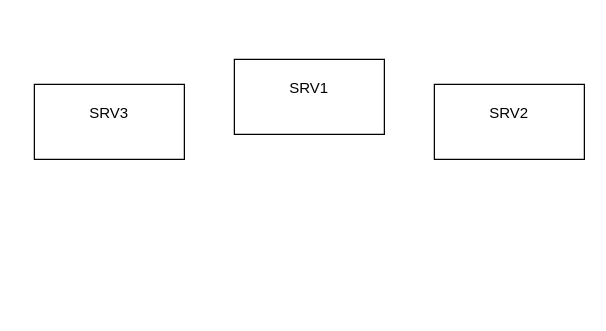
azzeddineslimani/Azzeddineslimani keeps this draw.io diagram as Architecture_XCP-NG_LAB.drawio. Above is the earlier version. Source tidied: cells renumbered, new cells numbered last; positions are measured from the earlier drawing's top-left corner, leaving out a move shared by most shapes. Both pictures are drawn from the tidied source at 125%, with x=0, y=0 at pixel (34, 59).
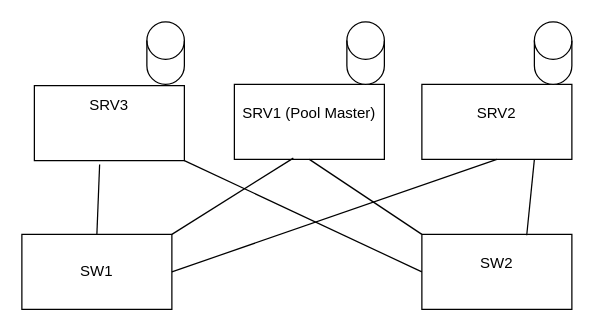
The same page after the edit.

Commit message:
Mettre à jour Architecture_XCP-NG_LAB.drawio

Diff of the diagram source:
```diff
@@
 <mxGraphModel>
   <root>
     <mxCell id="0" />
     <mxCell id="1" parent="0" />
-    <mxCell id="2" value="SRV1&lt;div&gt;&lt;br/&gt;&lt;/div&gt;" style="rounded=0;whiteSpace=wrap;html=1;" parent="1" vertex="1">
-      <mxGeometry x="160" width="120" height="60" as="geometry" />
+    <mxCell id="2" value="SRV1 (Pool Master)&lt;div&gt;&lt;br&gt;&lt;/div&gt;" style="rounded=0;whiteSpace=wrap;html=1;" parent="1" vertex="1">
+      <mxGeometry x="160" y="20" width="120" height="60" as="geometry" />
     </mxCell>
-    <mxCell id="3" value="SRV3&lt;div&gt;&lt;br&gt;&lt;/div&gt;" style="rounded=0;whiteSpace=wrap;html=1;" parent="1" vertex="1">
-      <mxGeometry y="20" width="120" height="60" as="geometry" />
+    <mxCell id="3" value="SRV3&lt;br&gt;&lt;br&gt;&lt;div&gt;&lt;br&gt;&lt;/div&gt;" style="rounded=0;whiteSpace=wrap;html=1;" parent="1" vertex="1">
+      <mxGeometry y="21" width="120" height="60" as="geometry" />
     </mxCell>
     <mxCell id="4" value="SRV2&lt;div&gt;&lt;br&gt;&lt;/div&gt;" style="rounded=0;whiteSpace=wrap;html=1;" parent="1" vertex="1">
-      <mxGeometry x="320" y="20" width="120" height="60" as="geometry" />
+      <mxGeometry x="310" y="20" width="120" height="60" as="geometry" />
     </mxCell>
+    <mxCell id="5" value="SW1" style="rounded=0;whiteSpace=wrap;html=1;" parent="1" vertex="1">
+      <mxGeometry x="-10" y="140" width="120" height="60" as="geometry" />
+    </mxCell>
+    <mxCell id="6" value="SW2&lt;div&gt;&lt;br/&gt;&lt;/div&gt;" style="rounded=0;whiteSpace=wrap;html=1;" parent="1" vertex="1">
+      <mxGeometry x="310" y="140" width="120" height="60" as="geometry" />
+    </mxCell>
+    <mxCell id="7" style="endArrow=none;html=1;rounded=0;exitX=0.5;exitY=0;exitDx=0;exitDy=0;entryX=0.435;entryY=1.053;entryDx=0;entryDy=0;entryPerimeter=0;" parent="1" edge="1" source="5" target="3">
+      <mxGeometry relative="1" as="geometry" />
+    </mxCell>
+    <mxCell id="8" style="endArrow=none;html=1;rounded=0;entryX=0.393;entryY=0.983;entryDx=0;entryDy=0;entryPerimeter=0;exitX=1;exitY=0;exitDx=0;exitDy=0;" parent="1" edge="1" source="5" target="2">
+      <mxGeometry relative="1" as="geometry" />
+    </mxCell>
+    <mxCell id="9" style="endArrow=none;html=1;rounded=0;entryX=0.5;entryY=1;entryDx=0;entryDy=0;exitX=0;exitY=0;exitDx=0;exitDy=0;" parent="1" edge="1" source="6" target="2">
+      <mxGeometry relative="1" as="geometry" />
+    </mxCell>
+    <mxCell id="10" style="endArrow=none;html=1;rounded=0;exitX=1;exitY=1;exitDx=0;exitDy=0;entryX=0;entryY=0.5;entryDx=0;entryDy=0;" parent="1" edge="1" source="3" target="6">
+      <mxGeometry relative="1" as="geometry" />
+    </mxCell>
+    <mxCell id="11" style="endArrow=none;html=1;rounded=0;entryX=0.75;entryY=1;entryDx=0;entryDy=0;exitX=0.699;exitY=0.011;exitDx=0;exitDy=0;exitPerimeter=0;" parent="1" edge="1" source="6" target="4">
+      <mxGeometry relative="1" as="geometry" />
+    </mxCell>
+    <mxCell id="12" style="endArrow=none;html=1;rounded=0;entryX=0.5;entryY=1;entryDx=0;entryDy=0;exitX=1;exitY=0.5;exitDx=0;exitDy=0;" parent="1" edge="1" source="5" target="4">
+      <mxGeometry relative="1" as="geometry" />
+    </mxCell>
+    <mxCell id="13" style="shape=cylinder3;whiteSpace=wrap;html=1;boundedLbl=1;backgroundOutline=1;size=15;" parent="1" vertex="1">
+      <mxGeometry x="90" y="-30" width="30" height="50" as="geometry" />
+    </mxCell>
+    <mxCell id="14" style="shape=cylinder3;whiteSpace=wrap;html=1;boundedLbl=1;backgroundOutline=1;size=15;" parent="1" vertex="1">
+      <mxGeometry x="250" y="-30" width="30" height="50" as="geometry" />
+    </mxCell>
+    <mxCell id="15" style="shape=cylinder3;whiteSpace=wrap;html=1;boundedLbl=1;backgroundOutline=1;size=15;" parent="1" vertex="1">
+      <mxGeometry x="400" y="-30" width="30" height="50" as="geometry" />
+    </mxCell>
   </root>
 </mxGraphModel>
```
